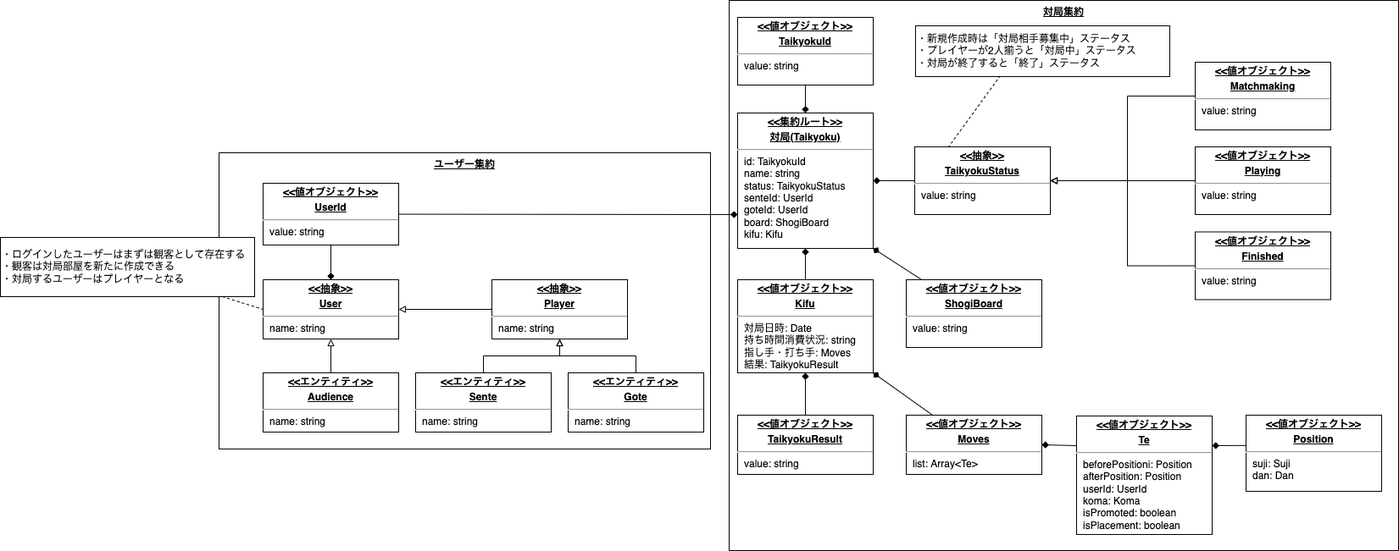
Before: doc/ドメインモデル図.drawio.png, a diagram exported from draw.io (naohiro-kumagai/shogi). Source tidied: cells renumbered, new cells last; positions are measured from the earlier drawing's top-left corner, leaving out a move shared by most shapes.
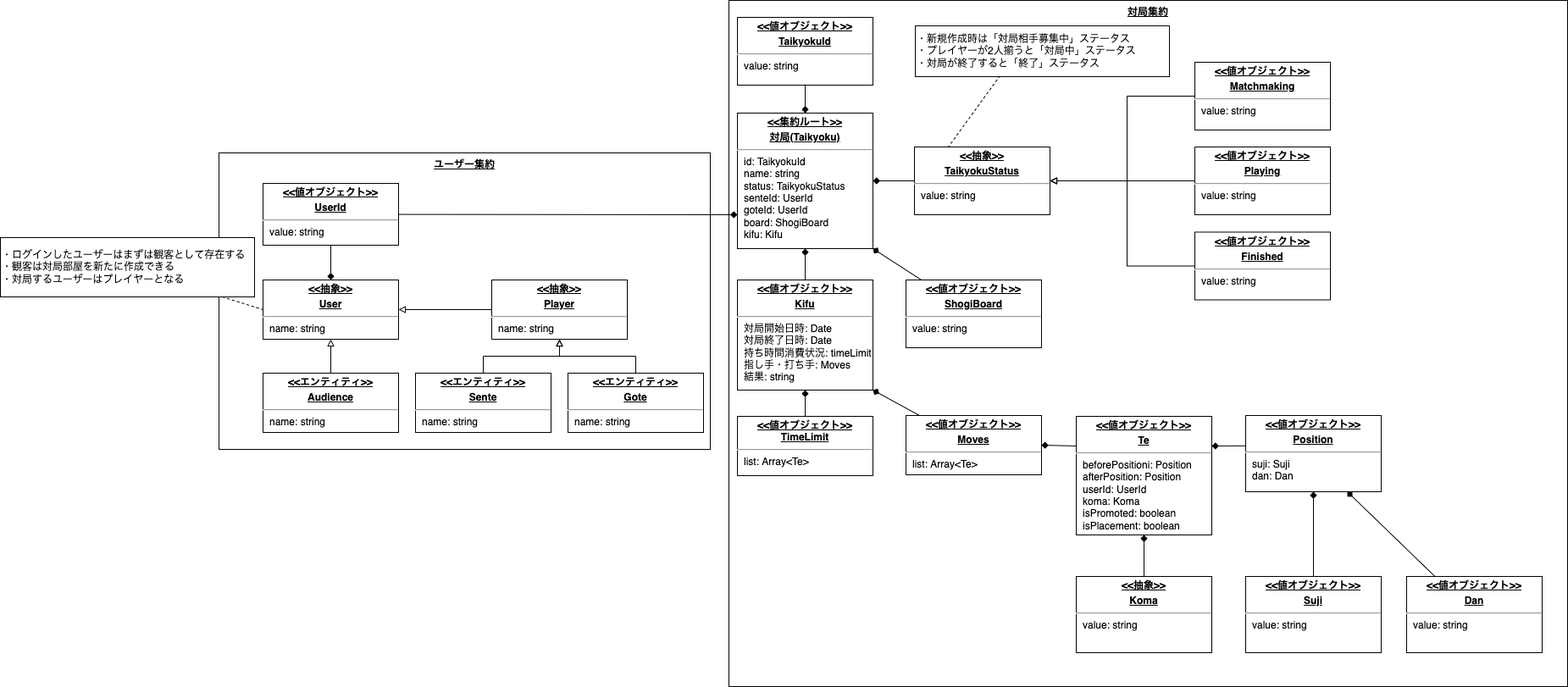
The same file after the commit.

Change to the diagram source:
```diff
@@ -3,7 +3,7 @@
     <mxCell id="0" />
     <mxCell id="1" parent="0" />
     <mxCell id="2" value="&lt;b&gt;&lt;u&gt;対局集約&lt;/u&gt;&lt;/b&gt;" style="rounded=0;whiteSpace=wrap;html=1;fillColor=none;verticalAlign=top;" parent="1" vertex="1">
-      <mxGeometry x="860" width="790" height="650" as="geometry" />
+      <mxGeometry x="860" width="990" height="810" as="geometry" />
     </mxCell>
     <mxCell id="3" value="&lt;b&gt;&lt;u&gt;ユーザー集約&lt;/u&gt;&lt;/b&gt;" style="rounded=0;whiteSpace=wrap;html=1;fillColor=none;verticalAlign=top;" parent="1" vertex="1">
       <mxGeometry x="258" y="180" width="580" height="350" as="geometry" />
@@ -112,15 +112,9 @@
     <mxCell id="33" style="edgeStyle=none;html=1;entryX=0.5;entryY=1;entryDx=0;entryDy=0;endArrow=diamond;endFill=1;" parent="1" edge="1" source="34" target="4">
       <mxGeometry relative="1" as="geometry" />
     </mxCell>
-    <mxCell id="34" value="&lt;p style=&quot;margin:0px;margin-top:4px;text-align:center;text-decoration:underline;&quot;&gt;&lt;b&gt;&amp;lt;&amp;lt;値オブジェクト&amp;gt;&amp;gt;&lt;/b&gt;&lt;/p&gt;&lt;p style=&quot;margin:0px;margin-top:4px;text-align:center;text-decoration:underline;&quot;&gt;&lt;b&gt;Kifu&lt;/b&gt;&lt;/p&gt;&lt;hr&gt;&lt;p style=&quot;margin:0px;margin-left:8px;&quot;&gt;対局日時: Date&lt;/p&gt;&lt;p style=&quot;margin:0px;margin-left:8px;&quot;&gt;持ち時間消費状況: string&lt;/p&gt;&lt;p style=&quot;margin:0px;margin-left:8px;&quot;&gt;指し手・打ち手: Moves&lt;/p&gt;&lt;p style=&quot;margin:0px;margin-left:8px;&quot;&gt;結果: TaikyokuResult&lt;/p&gt;" style="verticalAlign=top;align=left;overflow=fill;fontSize=12;fontFamily=Helvetica;html=1;" parent="1" vertex="1">
-      <mxGeometry x="870" y="330" width="160" height="110" as="geometry" />
+    <mxCell id="34" value="&lt;p style=&quot;margin:0px;margin-top:4px;text-align:center;text-decoration:underline;&quot;&gt;&lt;b&gt;&amp;lt;&amp;lt;値オブジェクト&amp;gt;&amp;gt;&lt;/b&gt;&lt;/p&gt;&lt;p style=&quot;margin:0px;margin-top:4px;text-align:center;text-decoration:underline;&quot;&gt;&lt;b&gt;Kifu&lt;/b&gt;&lt;/p&gt;&lt;hr&gt;&lt;p style=&quot;margin:0px;margin-left:8px;&quot;&gt;対局開始日時: Date&lt;/p&gt;&lt;p style=&quot;margin:0px;margin-left:8px;&quot;&gt;対局終了日時: Date&lt;/p&gt;&lt;p style=&quot;margin:0px;margin-left:8px;&quot;&gt;持ち時間消費状況: timeLimit&lt;/p&gt;&lt;p style=&quot;margin:0px;margin-left:8px;&quot;&gt;指し手・打ち手: Moves&lt;/p&gt;&lt;p style=&quot;margin:0px;margin-left:8px;&quot;&gt;結果: string&lt;/p&gt;" style="verticalAlign=top;align=left;overflow=fill;fontSize=12;fontFamily=Helvetica;html=1;" parent="1" vertex="1">
+      <mxGeometry x="870" y="330" width="160" height="130" as="geometry" />
     </mxCell>
-    <mxCell id="35" style="edgeStyle=none;html=1;entryX=0.5;entryY=1;entryDx=0;entryDy=0;endArrow=diamond;endFill=1;" parent="1" edge="1" source="36" target="34">
-      <mxGeometry relative="1" as="geometry" />
-    </mxCell>
-    <mxCell id="36" value="&lt;p style=&quot;margin:0px;margin-top:4px;text-align:center;text-decoration:underline;&quot;&gt;&lt;b&gt;&amp;lt;&amp;lt;値オブジェクト&amp;gt;&amp;gt;&lt;/b&gt;&lt;/p&gt;&lt;p style=&quot;margin:0px;margin-top:4px;text-align:center;text-decoration:underline;&quot;&gt;&lt;b&gt;TaikyokuResult&lt;/b&gt;&lt;/p&gt;&lt;hr&gt;&lt;p style=&quot;margin:0px;margin-left:8px;&quot;&gt;&lt;span style=&quot;background-color: initial;&quot;&gt;value: string&lt;/span&gt;&lt;br&gt;&lt;/p&gt;" style="verticalAlign=top;align=left;overflow=fill;fontSize=12;fontFamily=Helvetica;html=1;" parent="1" vertex="1">
-      <mxGeometry x="870" y="490" width="160" height="70" as="geometry" />
-    </mxCell>
     <mxCell id="37" style="edgeStyle=none;html=1;entryX=1;entryY=0.5;entryDx=0;entryDy=0;endArrow=diamond;endFill=1;exitX=0;exitY=0.25;exitDx=0;exitDy=0;" parent="1" edge="1" source="38" target="40">
       <mxGeometry relative="1" as="geometry" />
     </mxCell>
@@ -139,5 +133,29 @@
     <mxCell id="42" value="&lt;p style=&quot;margin:0px;margin-top:4px;text-align:center;text-decoration:underline;&quot;&gt;&lt;b&gt;&amp;lt;&amp;lt;値オブジェクト&amp;gt;&amp;gt;&lt;/b&gt;&lt;/p&gt;&lt;p style=&quot;margin:0px;margin-top:4px;text-align:center;text-decoration:underline;&quot;&gt;&lt;b&gt;Position&lt;/b&gt;&lt;/p&gt;&lt;hr&gt;&lt;p style=&quot;margin:0px;margin-left:8px;&quot;&gt;suji: Suji&lt;/p&gt;&lt;p style=&quot;margin:0px;margin-left:8px;&quot;&gt;dan: Dan&lt;/p&gt;" style="verticalAlign=top;align=left;overflow=fill;fontSize=12;fontFamily=Helvetica;html=1;" parent="1" vertex="1">
       <mxGeometry x="1470" y="490" width="160" height="90" as="geometry" />
     </mxCell>
+    <mxCell id="43" style="edgeStyle=none;html=1;entryX=0.5;entryY=1;entryDx=0;entryDy=0;endArrow=diamond;endFill=1;" parent="1" edge="1" source="44" target="42">
+      <mxGeometry relative="1" as="geometry" />
+    </mxCell>
+    <mxCell id="44" value="&lt;p style=&quot;margin:0px;margin-top:4px;text-align:center;text-decoration:underline;&quot;&gt;&lt;b&gt;&amp;lt;&amp;lt;値オブジェクト&amp;gt;&amp;gt;&lt;/b&gt;&lt;/p&gt;&lt;p style=&quot;margin:0px;margin-top:4px;text-align:center;text-decoration:underline;&quot;&gt;&lt;b&gt;Suji&lt;/b&gt;&lt;/p&gt;&lt;hr&gt;&lt;p style=&quot;margin:0px;margin-left:8px;&quot;&gt;value: string&lt;/p&gt;" style="verticalAlign=top;align=left;overflow=fill;fontSize=12;fontFamily=Helvetica;html=1;" parent="1" vertex="1">
+      <mxGeometry x="1470" y="680" width="160" height="90" as="geometry" />
+    </mxCell>
+    <mxCell id="45" style="edgeStyle=none;html=1;entryX=0.75;entryY=1;entryDx=0;entryDy=0;endArrow=diamond;endFill=1;" parent="1" edge="1" source="46" target="42">
+      <mxGeometry relative="1" as="geometry" />
+    </mxCell>
+    <mxCell id="46" value="&lt;p style=&quot;margin:0px;margin-top:4px;text-align:center;text-decoration:underline;&quot;&gt;&lt;b&gt;&amp;lt;&amp;lt;値オブジェクト&amp;gt;&amp;gt;&lt;/b&gt;&lt;/p&gt;&lt;p style=&quot;margin:0px;margin-top:4px;text-align:center;text-decoration:underline;&quot;&gt;&lt;b&gt;Dan&lt;/b&gt;&lt;/p&gt;&lt;hr&gt;&lt;p style=&quot;margin:0px;margin-left:8px;&quot;&gt;value: string&lt;/p&gt;" style="verticalAlign=top;align=left;overflow=fill;fontSize=12;fontFamily=Helvetica;html=1;" parent="1" vertex="1">
+      <mxGeometry x="1660" y="680" width="160" height="90" as="geometry" />
+    </mxCell>
+    <mxCell id="47" style="edgeStyle=none;html=1;entryX=0.5;entryY=1;entryDx=0;entryDy=0;endArrow=diamond;endFill=1;" parent="1" edge="1" source="48" target="38">
+      <mxGeometry relative="1" as="geometry" />
+    </mxCell>
+    <mxCell id="48" value="&lt;p style=&quot;margin:0px;margin-top:4px;text-align:center;text-decoration:underline;&quot;&gt;&lt;b&gt;&amp;lt;&amp;lt;抽象&amp;gt;&amp;gt;&lt;/b&gt;&lt;/p&gt;&lt;p style=&quot;margin:0px;margin-top:4px;text-align:center;text-decoration:underline;&quot;&gt;&lt;b&gt;Koma&lt;/b&gt;&lt;/p&gt;&lt;hr&gt;&lt;p style=&quot;margin:0px;margin-left:8px;&quot;&gt;value: string&lt;/p&gt;" style="verticalAlign=top;align=left;overflow=fill;fontSize=12;fontFamily=Helvetica;html=1;" parent="1" vertex="1">
+      <mxGeometry x="1270" y="680" width="160" height="90" as="geometry" />
+    </mxCell>
+    <mxCell id="49" style="edgeStyle=none;html=1;entryX=0.5;entryY=1;entryDx=0;entryDy=0;endArrow=diamond;endFill=1;" parent="1" edge="1" source="50" target="34">
+      <mxGeometry relative="1" as="geometry" />
+    </mxCell>
+    <mxCell id="50" value="&lt;p style=&quot;margin:0px;margin-top:4px;text-align:center;text-decoration:underline;&quot;&gt;&lt;b&gt;&amp;lt;&amp;lt;値オブジェクト&amp;gt;&amp;gt;&lt;/b&gt;&lt;/p&gt;&lt;div style=&quot;text-align: center;&quot;&gt;&lt;span style=&quot;background-color: initial;&quot;&gt;&lt;b&gt;&lt;u&gt;TimeLimit&lt;/u&gt;&lt;/b&gt;&lt;/span&gt;&lt;/div&gt;&lt;hr&gt;&lt;p style=&quot;margin:0px;margin-left:8px;&quot;&gt;&lt;span style=&quot;background-color: initial;&quot;&gt;list: Array&amp;lt;Te&amp;gt;&lt;/span&gt;&lt;br&gt;&lt;/p&gt;" style="verticalAlign=top;align=left;overflow=fill;fontSize=12;fontFamily=Helvetica;html=1;" parent="1" vertex="1">
+      <mxGeometry x="870" y="491" width="160" height="70" as="geometry" />
+    </mxCell>
   </root>
 </mxGraphModel>
```
